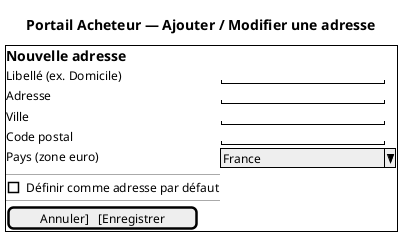
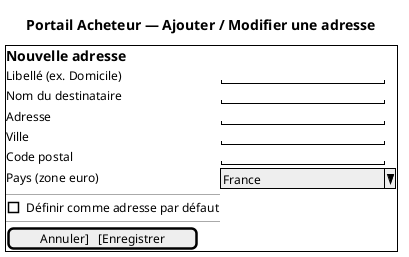
- @startsalt
+ @startuml ihm-pa-adresse-form
+ salt
' Composant PA : front-acheteur (Portail Acheteur)
' Fonctions allouées : Service Compte — FS-B11 (US-PRF-03)
' Endpoints : POST /api/profile/addresses, PUT /api/profile/addresses/{id}
' CS-04 : pays restreint à la zone euro
title Portail Acheteur — Ajouter / Modifier une adresse

{+
  == Nouvelle adresse
  Libellé (ex. Domicile)   | "                    "
+   Nom du destinataire      | "                    "
  Adresse                  | "                    "
  Ville                    | "                    "
  Code postal              | "                    "
  Pays (zone euro)         | ^France              ^
  --
  [ ] Définir comme adresse par défaut
  --
  [Annuler]   [Enregistrer]
}
- @endsalt
+ @enduml
